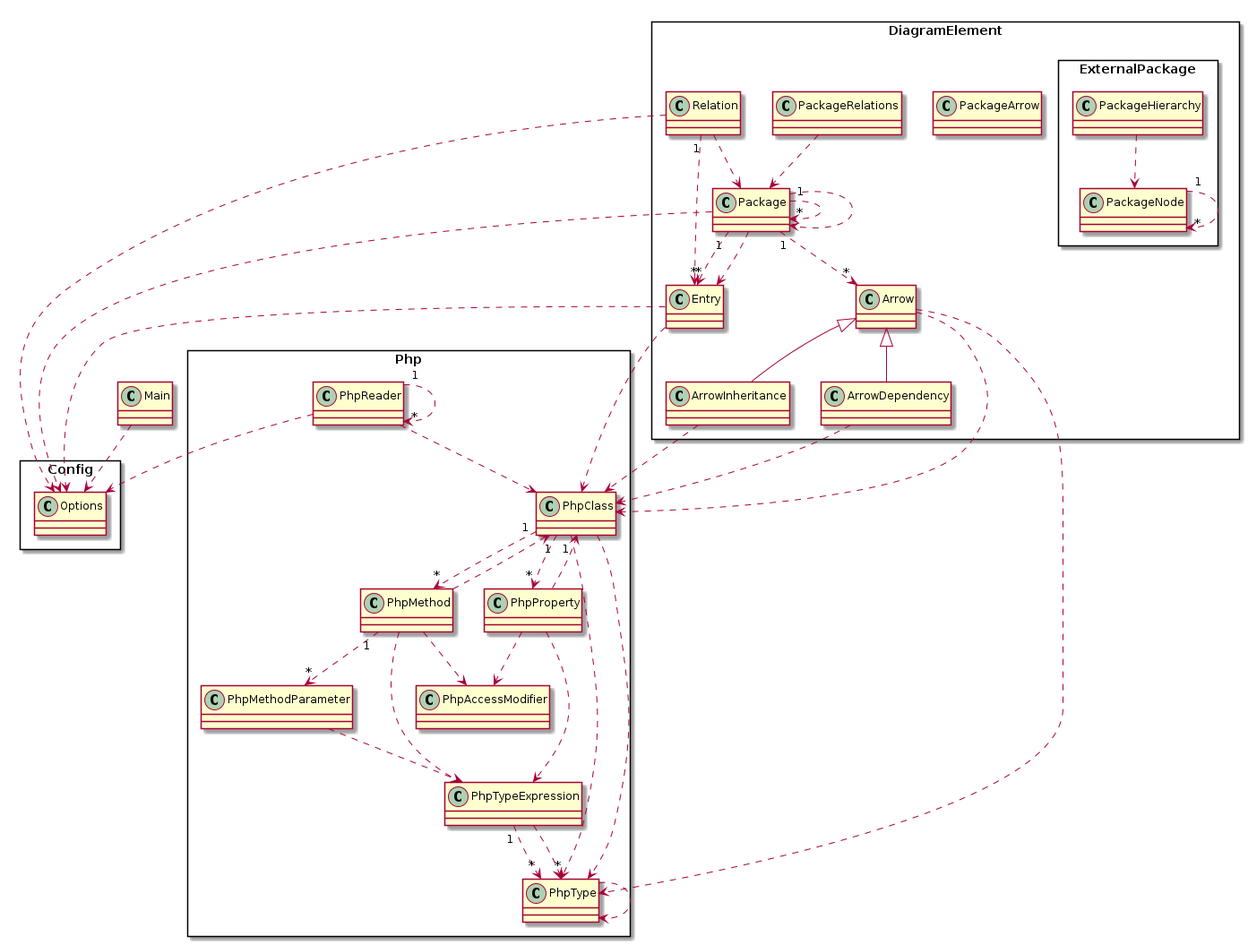
The PlantUML diagram dogfood-model.png in smeghead/php-class-diagram, before a commit.
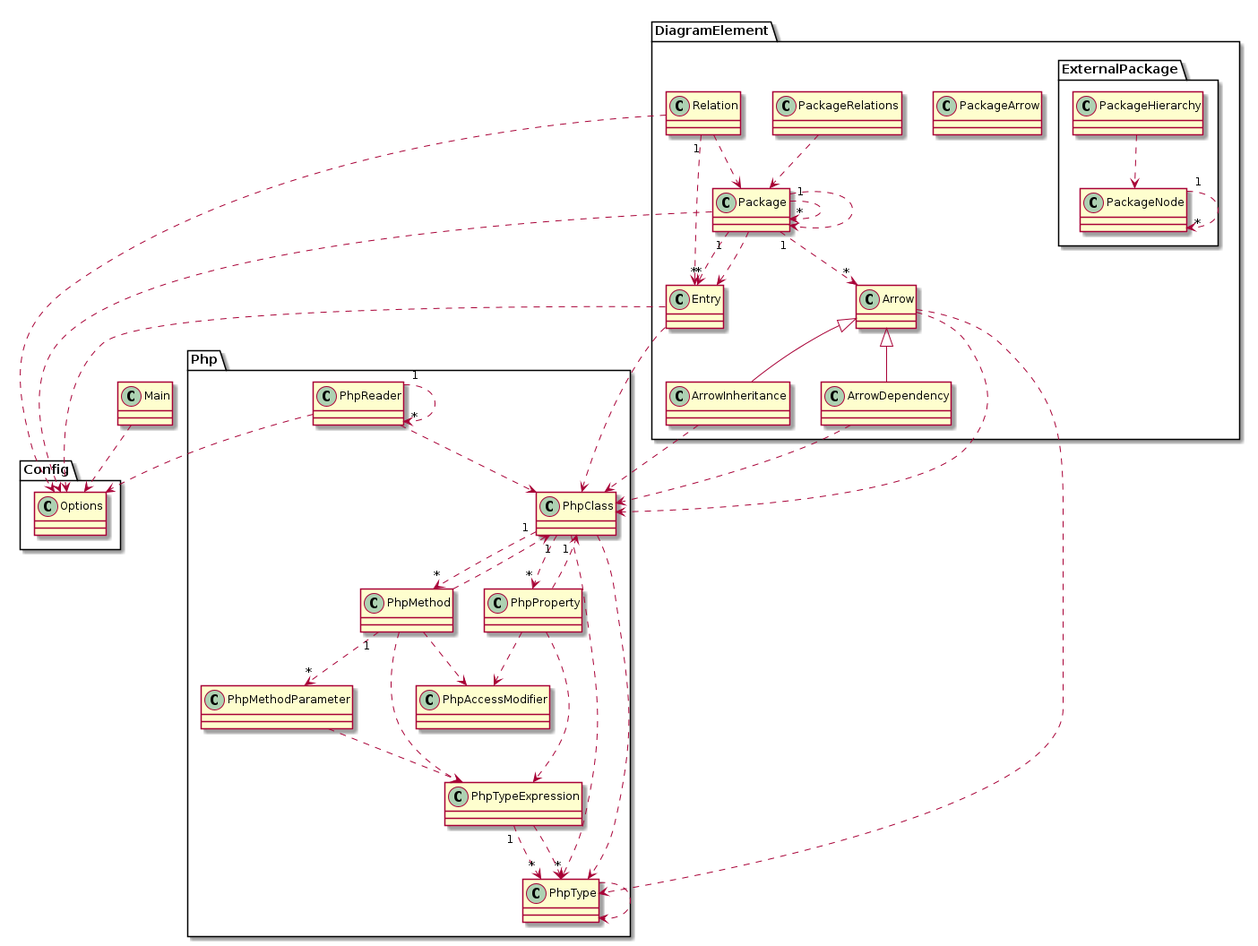
The same file after the commit.

Commit message:
Changed package notation in class diagram from square to default notation.

What changed in the source:
```diff
@@ -1,6 +1,6 @@
 @startuml class-diagram
   class Main
-  package Php as Php <<Rectangle>> {
+  package Php as Php {
     class Php.PhpTypeExpression
     class Php.PhpMethodParameter
     class Php.PhpProperty
@@ -10,10 +10,10 @@
     class Php.PhpAccessModifier
     class Php.PhpType
   }
-  package Config as Config <<Rectangle>> {
+  package Config as Config {
     class Config.Options
   }
-  package DiagramElement as DiagramElement <<Rectangle>> {
+  package DiagramElement as DiagramElement {
     class DiagramElement.ArrowInheritance
     class DiagramElement.Entry
     class DiagramElement.Arrow
@@ -22,7 +22,7 @@
     class DiagramElement.Package
     class DiagramElement.Relation
     class DiagramElement.ArrowDependency
-    package ExternalPackage as DiagramElement.ExternalPackage <<Rectangle>> {
+    package ExternalPackage as DiagramElement.ExternalPackage {
       class DiagramElement.ExternalPackage.PackageHierarchy
       class DiagramElement.ExternalPackage.PackageNode
     }
```
